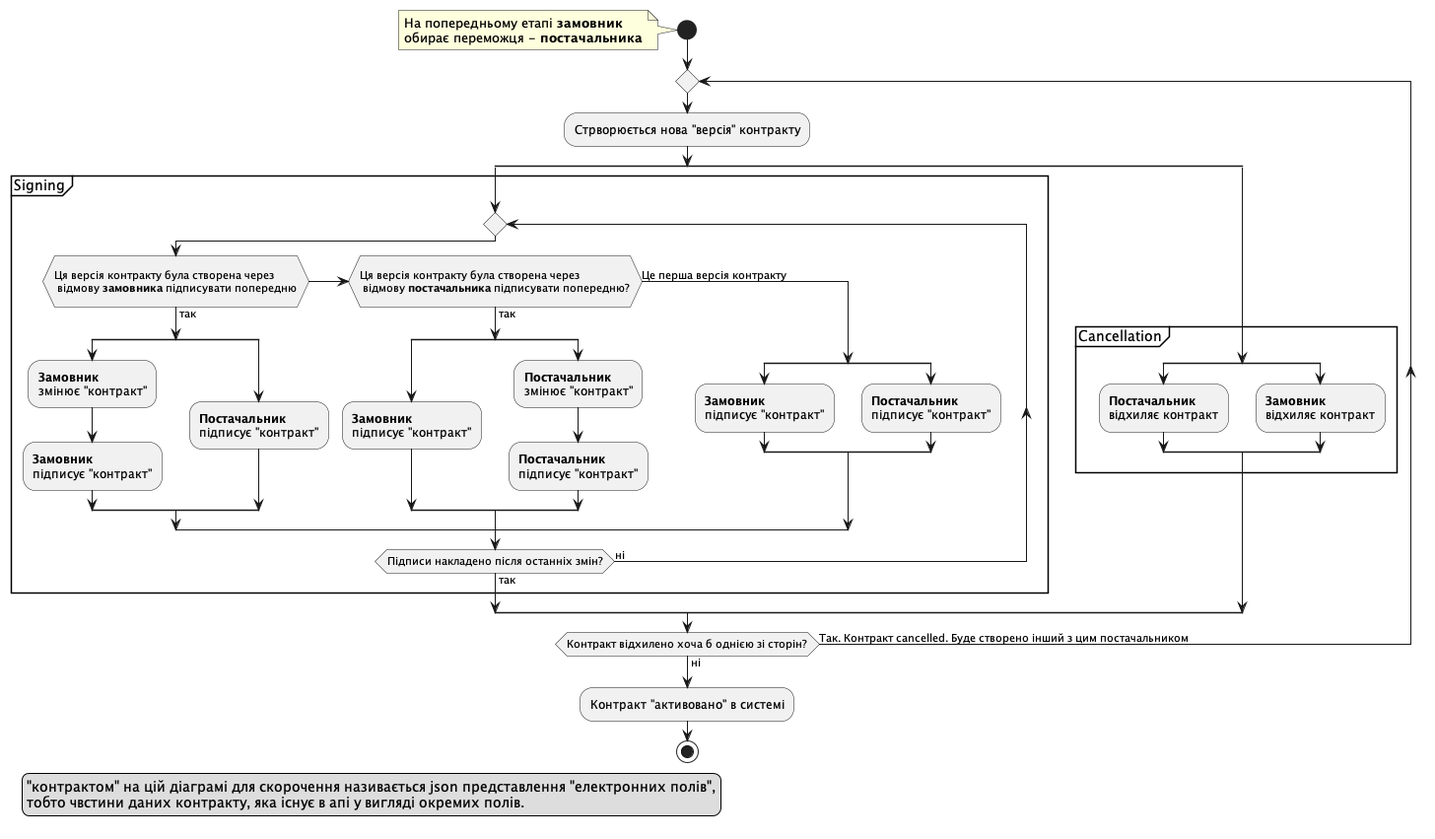
Above: docs/source/features/img/e_contract_signing/activity.png in ProzorroUKR/openprocurement.api (PlantUML), before the change.
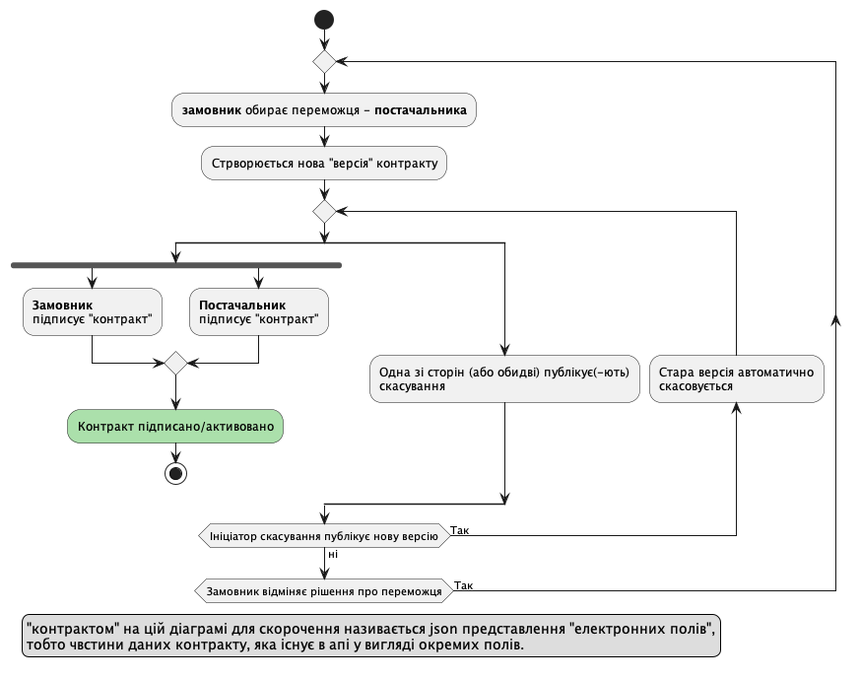
Above is the later version.

Commit message:
upd e-contract signing docs

Diff of the diagram source:
```diff
@@ -1,64 +1,38 @@
 @startuml
 start
 
-note
-На попередньому етапі **замовник**
-обирає переможця - **постачальника**
-endnote
 
 repeat
 
+:**замовник** обирає переможця - **постачальника**;
+
+
 :Стрворюється нова "версія" контракту;
+
+repeat
+split
+
+    fork
+        :**Замовник** \nпідписує "контракт";
+    fork again
+        :**Постачальник** \nпідписує "контракт";
+    end merge
+        #abe0ab :Контракт підписано/активовано;
+        stop
+split again
+    :Одна зі сторін (або обидві) публікує(-ють)\nскасування;
+
+end split
+
+backward :Стара версія автоматично\nскасовується;
+repeat while (Ініціатор скасування публікує нову версію) is (Так) not (ні);
 
 
 
-split
-    partition Signing {
-        repeat
-
-            if (\nЦя версія контракту була створена через\n відмову **замовника** підписувати попередню\n) then (так)
-                split
-                    :**Замовник** \nзмінює "контракт";
-                    :**Замовник** \nпідписує "контракт";
-                split again
-                    :**Постачальник** \nпідписує "контракт";
-                end split
-            elseif (\nЦя версія контракту була створена через\n відмову **постачальника** підписувати попередню?\n) then (так)
-                split
-                    :**Замовник** \nпідписує "контракт";
-                split again
-                    :**Постачальник** \nзмінює "контракт";
-                    :**Постачальник** \nпідписує "контракт";
-                end split
-            else (Це перша версія контракту)
-                 split
-                    :**Замовник** \nпідписує "контракт";
-                split again
-                    :**Постачальник** \nпідписує "контракт";
-                end split
-            endif
-
-        repeat while (Підписи накладено після останніх змін?) is (ні) not (так);
-    }
-split again
-    partition Cancellation {
-        split
-        :**Постачальник** \nвідхиляє контракт;
-        split again
-        :**Замовник** \nвідхиляє контракт;
-        end split
-    }
-end split
+repeat while (Замовник відміняє рішення про переможця) is (Так);
 
 
-
-
-repeat while (Контракт відхилено хоча б однією зі сторін?) is (Так. Контракт cancelled. Буде створено інший з цим постачальником) not (ні);
-
-
-:Контракт "активовано" в системі;
-stop
-
+detach
 
 
 legend left
```
